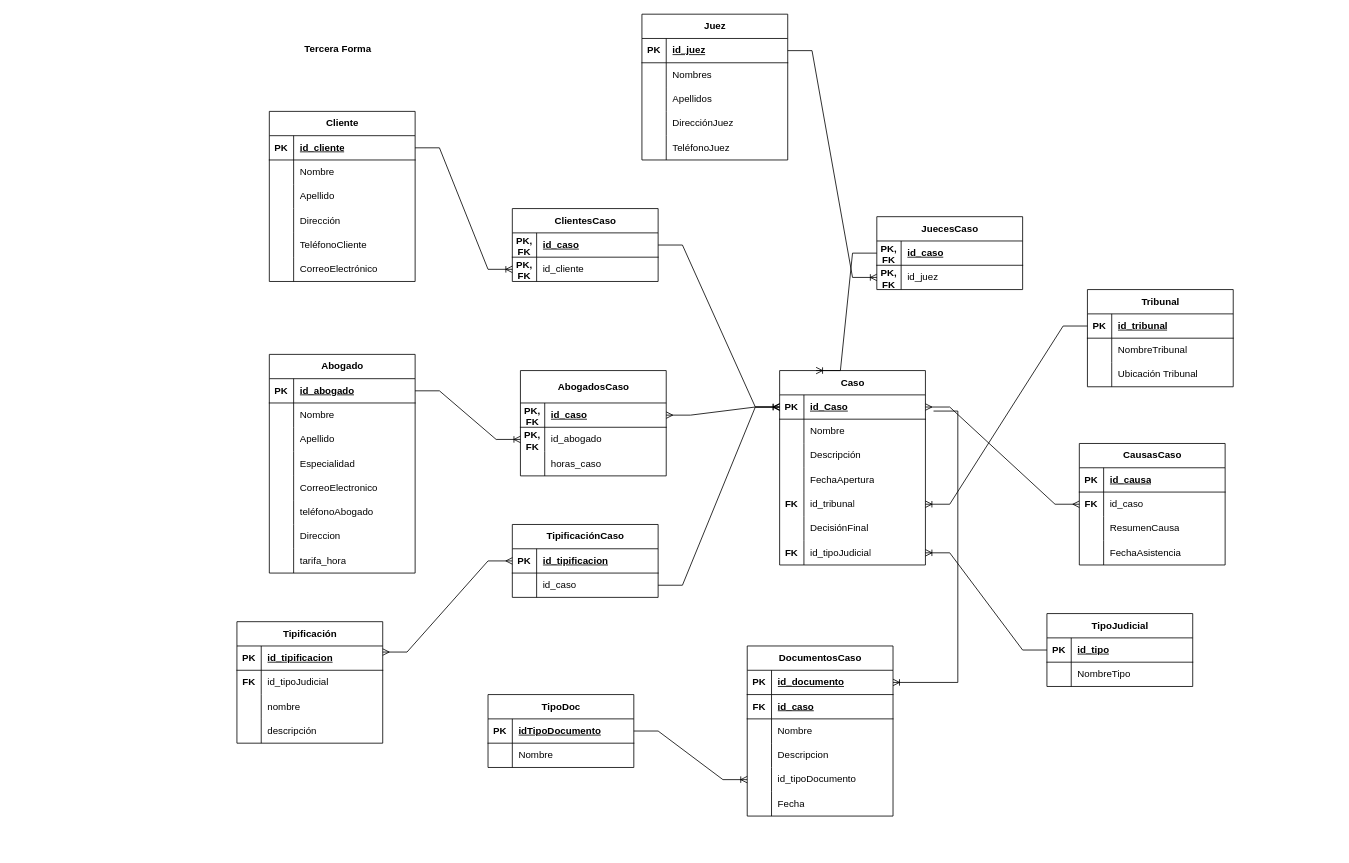
Earlier version of the draw.io diagram CasoNormalizacionBufeteAbogados3FN.drawio (winston142O/Diagrams). Source tidied: cells renumbered, new cells numbered last; positions are measured from the earlier drawing's top-left corner, leaving out a move shared by most shapes. Both pictures are drawn from the tidied source at 81%, with x=0, y=0 at pixel (237, 14).
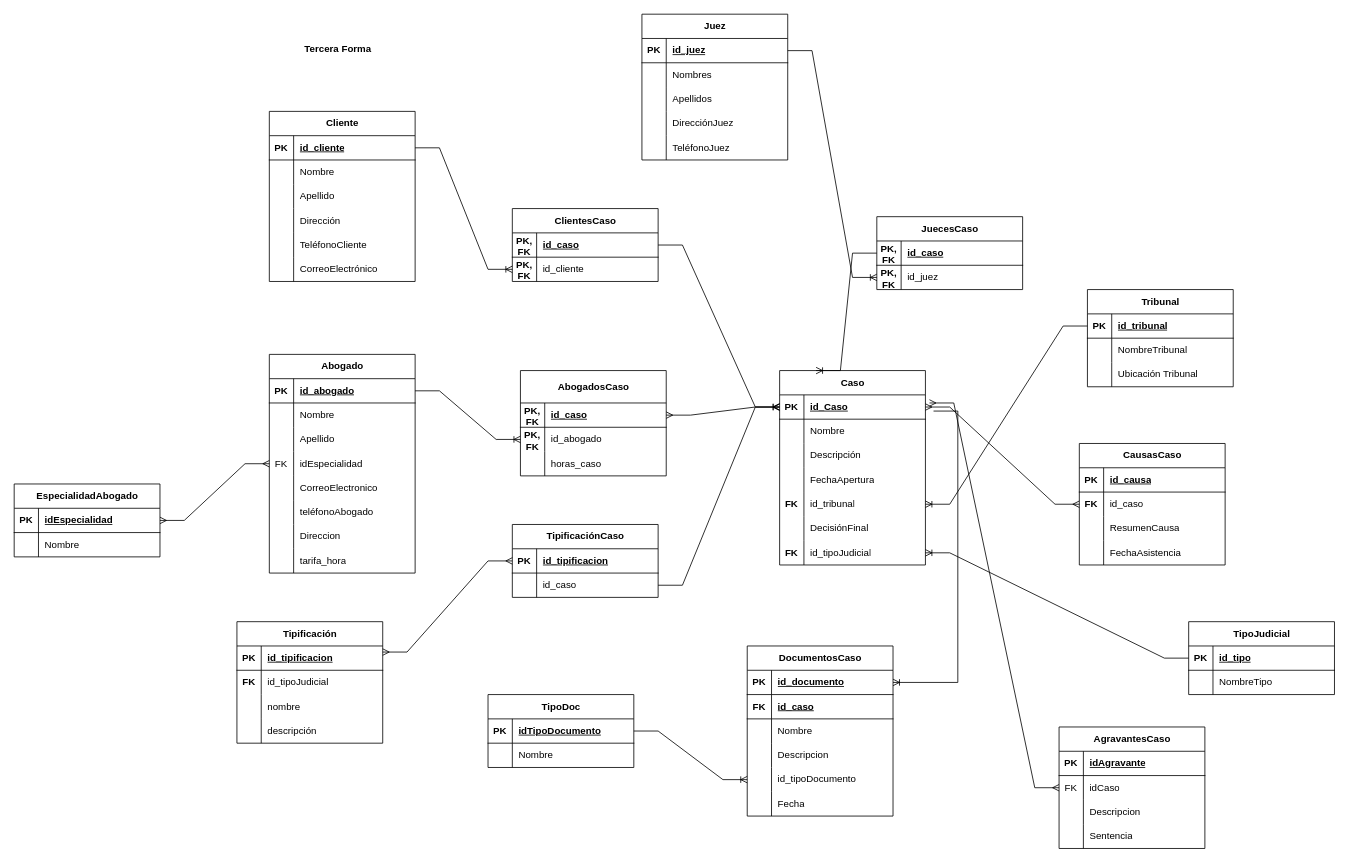
Above is the later version.

Unchanged cells that the change refers to:
```xml
<mxCell id="32" style="shape=tableRow;horizontal=0;startSize=0;swimlaneHead=0;swimlaneBody=0;fillColor=none;points=[[0,0.5],[1,0.5]];portConstraint=eastwest;top=0;left=0;right=0;bottom=0;" parent="22" vertex="1">
  <mxGeometry y="120" width="180" height="30" as="geometry" />
</mxCell>
```

Change to the diagram source:
```diff
@@
-    <mxCell id="33" style="shape=partialRectangle;fillColor=none;top=0;left=0;bottom=0;right=0;overflow=hidden;whiteSpace=wrap;html=1;" parent="32" vertex="1">
+    <mxCell id="33" value="FK" style="shape=partialRectangle;fillColor=none;top=0;left=0;bottom=0;right=0;overflow=hidden;whiteSpace=wrap;html=1;" parent="32" vertex="1">
       <mxGeometry width="30" height="30" as="geometry" />
     </mxCell>
-    <mxCell id="34" value="Especialidad" style="shape=partialRectangle;fillColor=none;top=0;left=0;bottom=0;right=0;align=left;spacingLeft=6;overflow=hidden;whiteSpace=wrap;html=1;" parent="32" vertex="1">
+    <mxCell id="34" value="idEspecialidad" style="shape=partialRectangle;fillColor=none;top=0;left=0;bottom=0;right=0;align=left;spacingLeft=6;overflow=hidden;whiteSpace=wrap;html=1;" parent="32" vertex="1">
       <mxGeometry x="30" width="150" height="30" as="geometry" />
     </mxCell>
@@
     <mxCell id="132" value="TipoJudicial" style="shape=table;startSize=30;childLayout=tableLayout;rowLines=0;fontStyle=1;align=center;html=1;" parent="1" vertex="1">
-      <mxGeometry x="1000" y="740" width="180" height="90" as="geometry" />
+      <mxGeometry x="1175" y="750" width="180" height="90" as="geometry" />
     </mxCell>
@@
+    <mxCell id="198" value="AgravantesCaso" style="shape=table;startSize=30;childLayout=tableLayout;rowLines=0;fontStyle=1;align=center;html=1;" parent="1" vertex="1">
+      <mxGeometry x="1015" y="880" width="180" height="150" as="geometry" />
+    </mxCell>
+    <mxCell id="199" style="shape=tableRow;horizontal=0;startSize=0;swimlaneHead=0;swimlaneBody=0;fillColor=none;top=0;left=0;right=0;bottom=1;" parent="198" vertex="1">
+      <mxGeometry y="30" width="180" height="30" as="geometry" />
+    </mxCell>
+    <mxCell id="200" value="PK" style="shape=partialRectangle;fillColor=none;top=0;left=0;bottom=0;right=0;fontStyle=1;overflow=hidden;whiteSpace=wrap;html=1;" parent="199" vertex="1">
+      <mxGeometry width="30" height="30" as="geometry" />
+    </mxCell>
+    <mxCell id="201" value="idAgravante" style="shape=partialRectangle;fillColor=none;top=0;left=0;bottom=0;right=0;align=left;spacingLeft=6;fontStyle=5;overflow=hidden;whiteSpace=wrap;html=1;" parent="199" vertex="1">
+      <mxGeometry x="30" width="150" height="30" as="geometry" />
+    </mxCell>
+    <mxCell id="202" style="shape=tableRow;horizontal=0;startSize=0;swimlaneHead=0;swimlaneBody=0;fillColor=none;points=[[0,0.5],[1,0.5]];portConstraint=eastwest;top=0;left=0;right=0;bottom=0;" parent="198" vertex="1">
+      <mxGeometry y="60" width="180" height="30" as="geometry" />
+    </mxCell>
+    <mxCell id="203" value="FK" style="shape=partialRectangle;fillColor=none;top=0;left=0;bottom=0;right=0;overflow=hidden;whiteSpace=wrap;html=1;" parent="202" vertex="1">
+      <mxGeometry width="30" height="30" as="geometry" />
+    </mxCell>
+    <mxCell id="204" value="idCaso" style="shape=partialRectangle;fillColor=none;top=0;left=0;bottom=0;right=0;align=left;spacingLeft=6;overflow=hidden;whiteSpace=wrap;html=1;" parent="202" vertex="1">
+      <mxGeometry x="30" width="150" height="30" as="geometry" />
+    </mxCell>
+    <mxCell id="205" style="shape=tableRow;horizontal=0;startSize=0;swimlaneHead=0;swimlaneBody=0;fillColor=none;top=0;left=0;right=0;bottom=0;" parent="198" vertex="1">
+      <mxGeometry y="90" width="180" height="30" as="geometry" />
+    </mxCell>
+    <mxCell id="206" style="shape=partialRectangle;fillColor=none;top=0;left=0;bottom=0;right=0;overflow=hidden;whiteSpace=wrap;html=1;" parent="205" vertex="1">
+      <mxGeometry width="30" height="30" as="geometry" />
+    </mxCell>
+    <mxCell id="207" value="Descripcion" style="shape=partialRectangle;fillColor=none;top=0;left=0;bottom=0;right=0;align=left;spacingLeft=6;overflow=hidden;whiteSpace=wrap;html=1;" parent="205" vertex="1">
+      <mxGeometry x="30" width="150" height="30" as="geometry" />
+    </mxCell>
+    <mxCell id="208" style="shape=tableRow;horizontal=0;startSize=0;swimlaneHead=0;swimlaneBody=0;fillColor=none;top=0;left=0;right=0;bottom=0;" parent="198" vertex="1">
+      <mxGeometry y="120" width="180" height="30" as="geometry" />
+    </mxCell>
+    <mxCell id="209" style="shape=partialRectangle;fillColor=none;top=0;left=0;bottom=0;right=0;overflow=hidden;whiteSpace=wrap;html=1;" parent="208" vertex="1">
+      <mxGeometry width="30" height="30" as="geometry" />
+    </mxCell>
+    <mxCell id="210" value="Sentencia" style="shape=partialRectangle;fillColor=none;top=0;left=0;bottom=0;right=0;align=left;spacingLeft=6;overflow=hidden;whiteSpace=wrap;html=1;" parent="208" vertex="1">
+      <mxGeometry x="30" width="150" height="30" as="geometry" />
+    </mxCell>
+    <mxCell id="211" style="edgeStyle=entityRelationEdgeStyle;fontSize=12;html=1;endArrow=ERmany;startArrow=ERmany;rounded=0;entryX=0;entryY=0.5;entryDx=0;entryDy=0;" parent="1" edge="1" target="202">
+      <mxGeometry relative="1" as="geometry">
+        <mxPoint x="855" y="480" as="sourcePoint" />
+      </mxGeometry>
+    </mxCell>
+    <mxCell id="212" value="EspecialidadAbogado" style="shape=table;startSize=30;childLayout=tableLayout;rowLines=0;fontStyle=1;align=center;html=1;" parent="1" vertex="1">
+      <mxGeometry x="-275" y="580" width="180" height="90" as="geometry" />
+    </mxCell>
+    <mxCell id="213" style="shape=tableRow;horizontal=0;startSize=0;swimlaneHead=0;swimlaneBody=0;fillColor=none;points=[[0,0.5],[1,0.5]];portConstraint=eastwest;top=0;left=0;right=0;bottom=1;" parent="212" vertex="1">
+      <mxGeometry y="30" width="180" height="30" as="geometry" />
+    </mxCell>
+    <mxCell id="214" value="PK" style="shape=partialRectangle;fillColor=none;top=0;left=0;bottom=0;right=0;fontStyle=1;overflow=hidden;whiteSpace=wrap;html=1;" parent="213" vertex="1">
+      <mxGeometry width="30" height="30" as="geometry" />
+    </mxCell>
+    <mxCell id="215" value="idEspecialidad" style="shape=partialRectangle;fillColor=none;top=0;left=0;bottom=0;right=0;align=left;spacingLeft=6;fontStyle=5;overflow=hidden;whiteSpace=wrap;html=1;" parent="213" vertex="1">
+      <mxGeometry x="30" width="150" height="30" as="geometry" />
+    </mxCell>
+    <mxCell id="216" style="shape=tableRow;horizontal=0;startSize=0;swimlaneHead=0;swimlaneBody=0;fillColor=none;top=0;left=0;right=0;bottom=0;" parent="212" vertex="1">
+      <mxGeometry y="60" width="180" height="30" as="geometry" />
+    </mxCell>
+    <mxCell id="217" style="shape=partialRectangle;fillColor=none;top=0;left=0;bottom=0;right=0;overflow=hidden;whiteSpace=wrap;html=1;" parent="216" vertex="1">
+      <mxGeometry width="30" height="30" as="geometry" />
+    </mxCell>
+    <mxCell id="218" value="Nombre" style="shape=partialRectangle;fillColor=none;top=0;left=0;bottom=0;right=0;align=left;spacingLeft=6;overflow=hidden;whiteSpace=wrap;html=1;" parent="216" vertex="1">
+      <mxGeometry x="30" width="150" height="30" as="geometry" />
+    </mxCell>
+    <mxCell id="219" style="edgeStyle=entityRelationEdgeStyle;fontSize=12;html=1;endArrow=ERmany;startArrow=ERmany;rounded=0;entryX=0;entryY=0.5;entryDx=0;entryDy=0;exitX=1;exitY=0.5;exitDx=0;exitDy=0;" parent="1" edge="1" source="213" target="32">
+      <mxGeometry relative="1" as="geometry" />
+    </mxCell>
```
